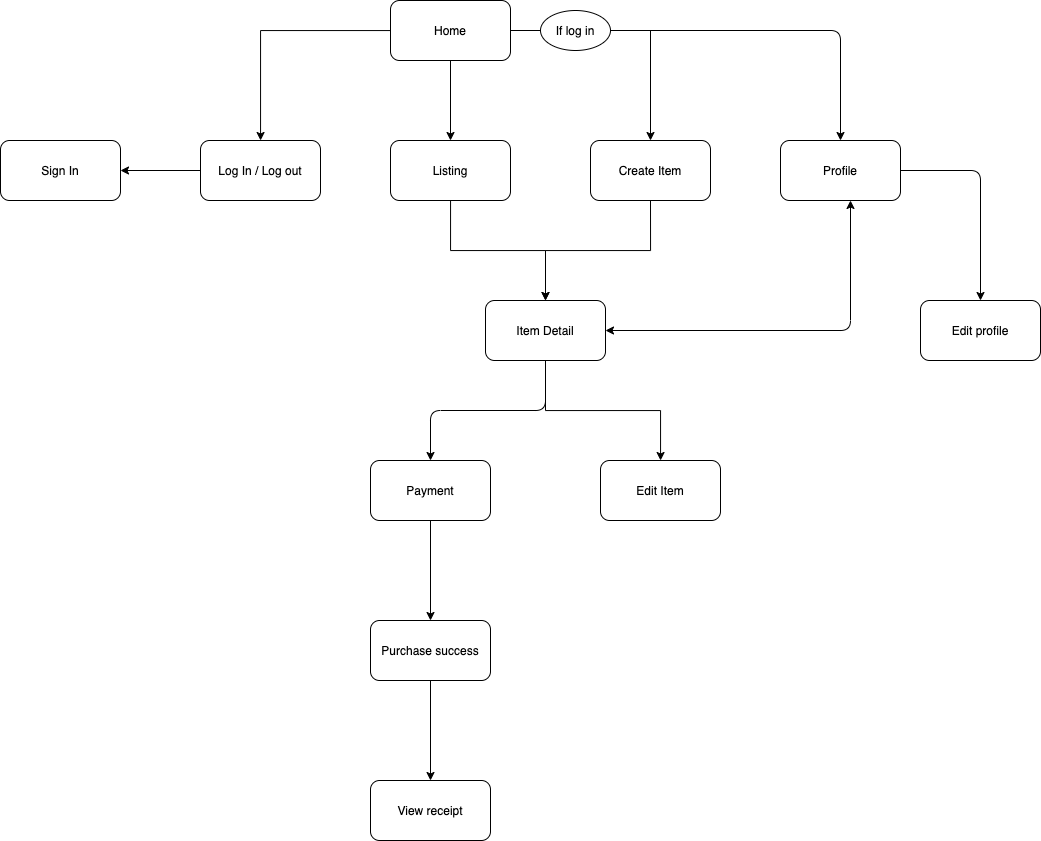
Above: docs/sitemap.png in yrikw/marketplace_app (draw.io), before the change. Source tidied: cells renumbered, new cells last; positions are measured from the earlier drawing's top-left corner, leaving out a move shared by most shapes.
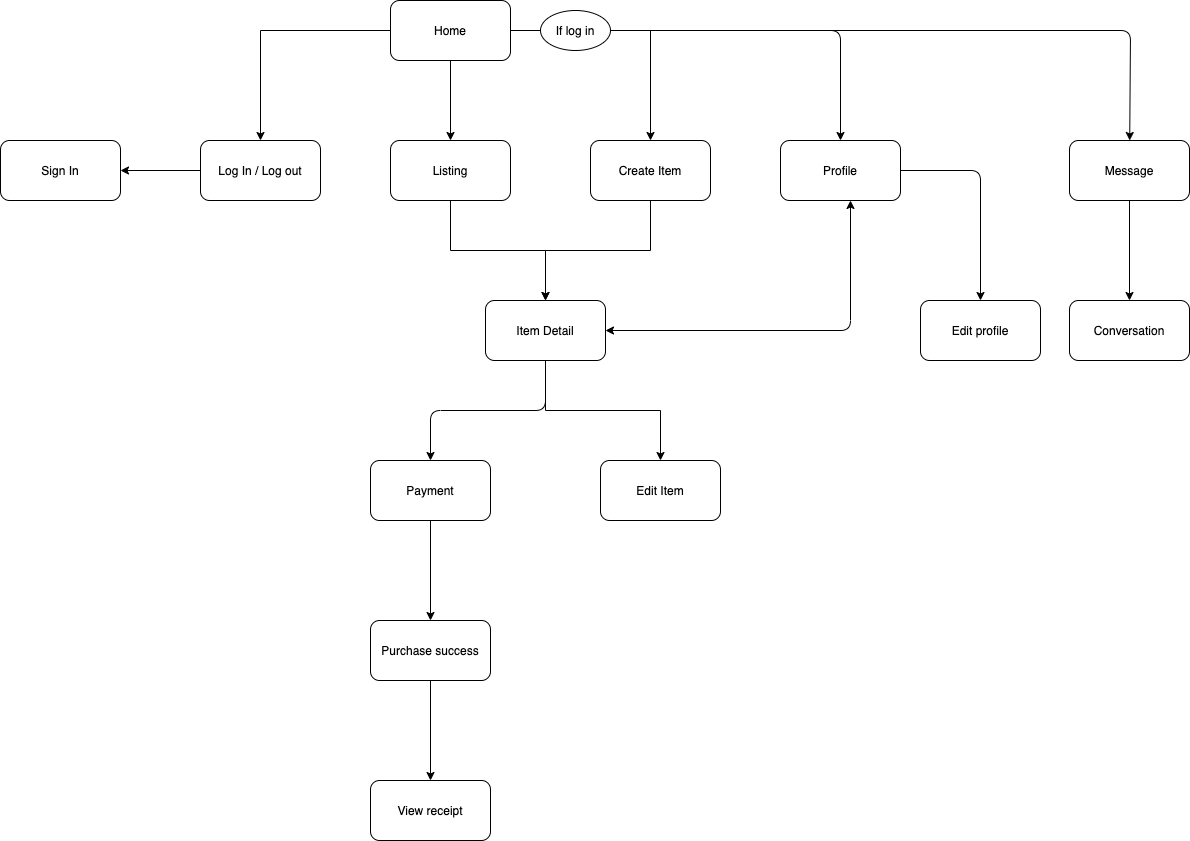
Above is the later version.

Change to the diagram source:
```diff
@@ -97,8 +97,24 @@
         </Array>
       </mxGeometry>
     </mxCell>
+    <mxCell id="28" style="edgeStyle=orthogonalEdgeStyle;rounded=0;jettySize=auto;html=1;" parent="1" edge="1" source="29" target="31">
+      <mxGeometry relative="1" as="geometry" />
+    </mxCell>
+    <mxCell id="29" value="Message" style="whiteSpace=wrap;html=1;rounded=1;" parent="1" vertex="1">
+      <mxGeometry x="1069" y="140" width="120" height="60" as="geometry" />
+    </mxCell>
+    <mxCell id="30" style="endArrow=classic;html=1;exitX=1;exitY=0.5;exitDx=0;exitDy=0;" parent="1" edge="1" source="4" target="29">
+      <mxGeometry relative="1" as="geometry">
+        <Array as="points">
+          <mxPoint x="1130" y="30" />
+        </Array>
+      </mxGeometry>
+    </mxCell>
     <mxCell id="27" value="If log in" style="ellipse;whiteSpace=wrap;html=1;" parent="1" vertex="1">
       <mxGeometry x="540" y="10" width="70" height="40" as="geometry" />
     </mxCell>
+    <mxCell id="31" value="Conversation" style="whiteSpace=wrap;html=1;rounded=1;" parent="1" vertex="1">
+      <mxGeometry x="1069" y="300" width="120" height="60" as="geometry" />
+    </mxCell>
   </root>
 </mxGraphModel>
```
